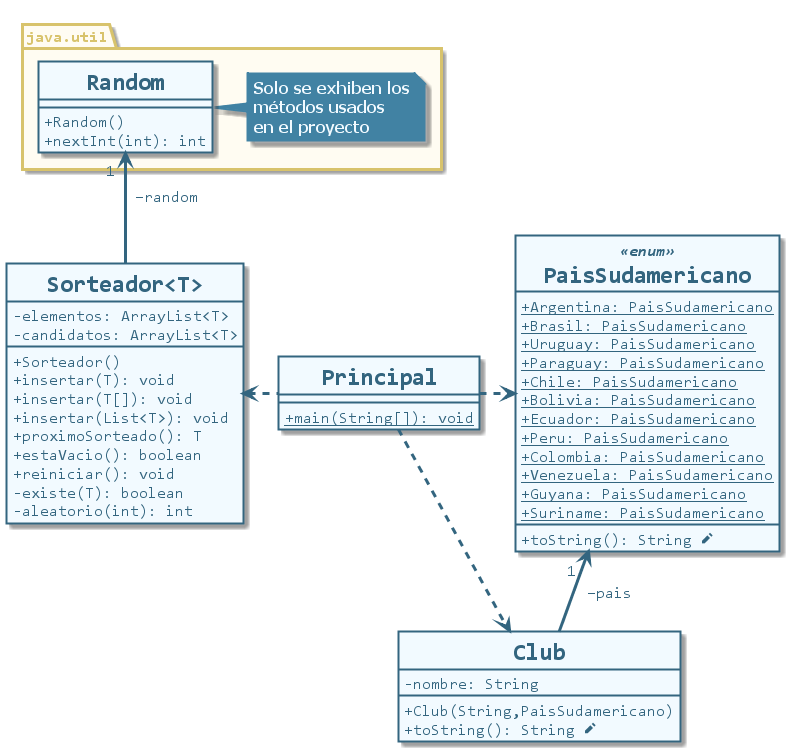
Before: src/uml/clases-generics-java.png, a diagram exported from PlantUML (CharlyCimino/generics-java). The source it was exported from:
```plantuml
@startuml clases-generics-java
skinparam BackgroundColor transparent
skinparam DefaultFontName Consolas
skinparam genericDisplay old

skinparam class {
    BackgroundColor #f2faff
    BorderColor #33657f
    FontColor #33657f
    FontStyle Bold
    FontSize 24
    BorderThickness 2
    AttributeIconSize 0
    AttributeFontColor #33657f
    AttributeFontSize 16
    AttributeFontStyle Regular
    StereotypeFontColor #33657f
    StereotypeFontSize 16
    StereotypeFontStyle Italic Bold
}

skinparam package {
    BackgroundColor #fffcf2
    BorderColor #d8c36c
    FontColor #d8c36c
    FontStyle Bold
	FontSize 16
    BorderThickness 3
}

skinparam note {
    BackgroundColor #4182a3
    BorderColor #4182a3
    BorderThickness 2
    FontColor #f2faff
    FontName Tahoma
    FontSize 16
    FontStyle Bold
}

skinparam arrow {
    Color #33657f
    Thickness 3
    FontColor #33657f
    FontSize 16
}

hide circle
class Principal {
    {static} + main(String[]): void
}

class Sorteador<T> {
    -elementos: ArrayList<T>
    -candidatos: ArrayList<T>
    +Sorteador()
    +insertar(T): void
    +insertar(T[]): void
    +insertar(List<T>): void
    +proximoSorteado(): T
    +estaVacio(): boolean
    +reiniciar(): void
    -existe(T): boolean
    -aleatorio(int): int
}

class Club {
    -nombre: String
    +Club(String,PaisSudamericano)
    +toString(): String <&pencil>
}

class PaisSudamericano <<enum>> {
    {static}+Argentina: PaisSudamericano
    {static}+Brasil: PaisSudamericano
    {static}+Uruguay: PaisSudamericano
    {static}+Paraguay: PaisSudamericano
    {static}+Chile: PaisSudamericano
    {static}+Bolivia: PaisSudamericano
    {static}+Ecuador: PaisSudamericano
    {static}+Peru: PaisSudamericano
    {static}+Colombia: PaisSudamericano
    {static}+Venezuela: PaisSudamericano
    {static}+Guyana: PaisSudamericano
    {static}+Suriname: PaisSudamericano
    + toString(): String <&pencil>
}

package java.util {
    note "Solo se exhiben los\nmétodos usados\nen el proyecto" as n1
    class Random {
        + Random()
        + nextInt(int): int
    }
}

Principal .left.> Sorteador
Principal .right.> Club
Principal .right.> PaisSudamericano
Club -up-> "1 " PaisSudamericano: " −pais"
Sorteador -up-> "1 " Random: " −random"
Random .right. n1
@enduml
```
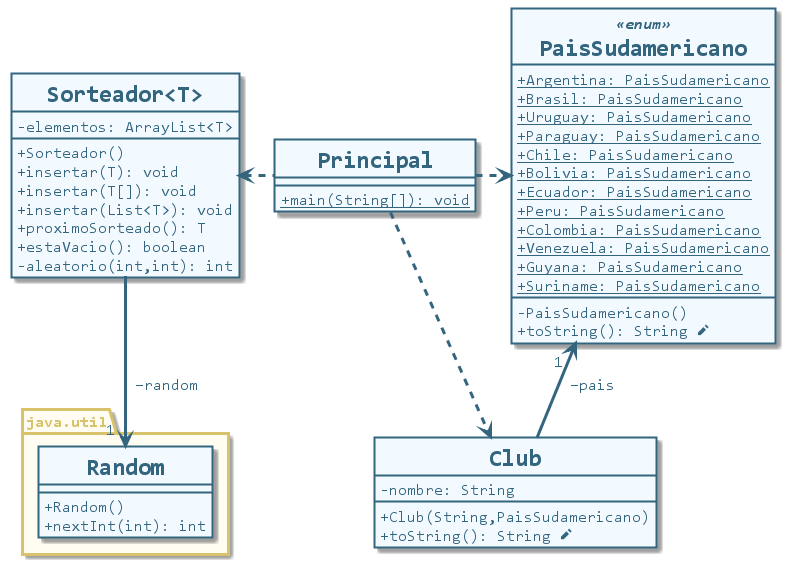
The same file after the commit.

Commit message:
Simplificado sorteador

Change to the diagram source:
```diff
@@ -52,16 +52,13 @@
 
 class Sorteador<T> {
     -elementos: ArrayList<T>
-    -candidatos: ArrayList<T>
     +Sorteador()
     +insertar(T): void
     +insertar(T[]): void
     +insertar(List<T>): void
     +proximoSorteado(): T
     +estaVacio(): boolean
-    +reiniciar(): void
-    -existe(T): boolean
-    -aleatorio(int): int
+    -aleatorio(int,int): int
 }
 
 class Club {
@@ -83,11 +80,11 @@
     {static}+Venezuela: PaisSudamericano
     {static}+Guyana: PaisSudamericano
     {static}+Suriname: PaisSudamericano
+	-PaisSudamericano()
     + toString(): String <&pencil>
 }
 
 package java.util {
-    note "Solo se exhiben los\nmétodos usados\nen el proyecto" as n1
     class Random {
         + Random()
         + nextInt(int): int
@@ -98,6 +95,5 @@
 Principal .right.> Club
 Principal .right.> PaisSudamericano
 Club -up-> "1 " PaisSudamericano: " −pais"
-Sorteador -up-> "1 " Random: " −random"
-Random .right. n1
+Sorteador -down-> "1 " Random: " −random"
 @enduml
```
